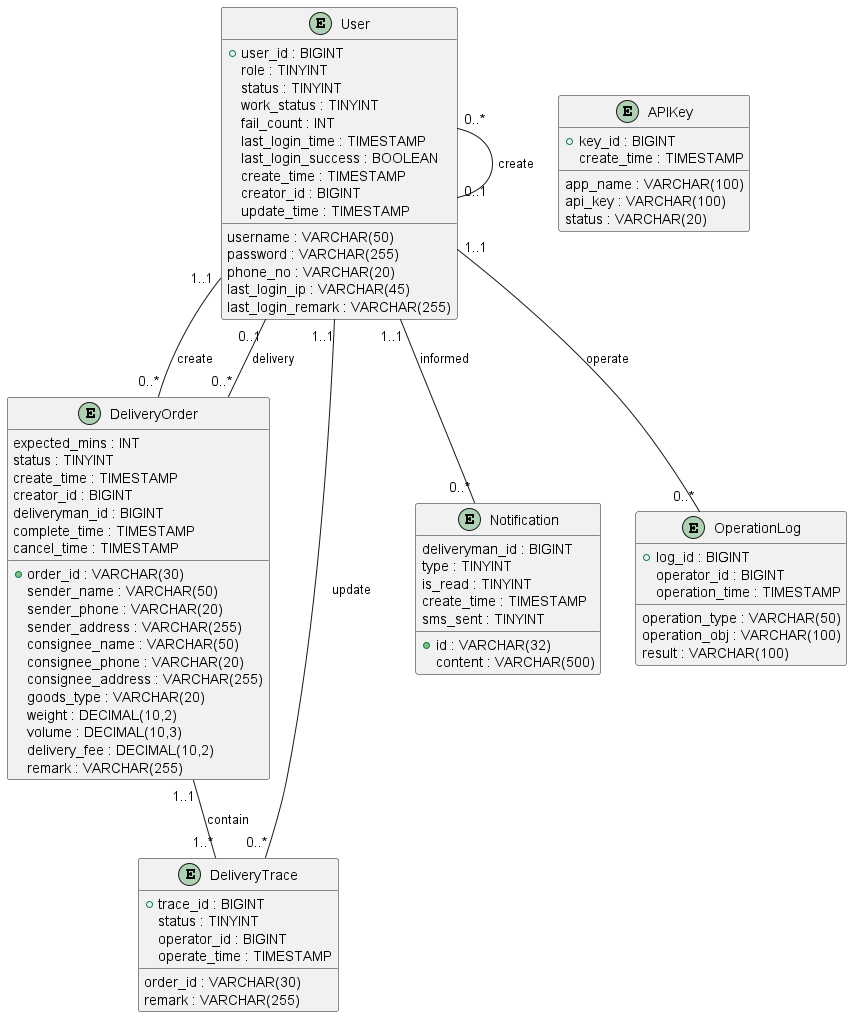
Before: docs/er图.png, a diagram exported from PlantUML (LHkeeper666/city-delivery-system). Its diagram source:
```plantuml
@startuml

entity "User" as user {
    +user_id : BIGINT
    username : VARCHAR(50)
    password : VARCHAR(255)
    role : TINYINT
    phone_no : VARCHAR(20)
    status : TINYINT
    work_status : TINYINT
    fail_count : INT
    last_login_time : TIMESTAMP
    last_login_ip : VARCHAR(45)
    last_login_success : BOOLEAN
    last_login_remark : VARCHAR(255)
    create_time : TIMESTAMP
    creator_id : BIGINT
    update_time : TIMESTAMP
}

entity "DeliveryOrder" as delivery_order {
    +order_id : VARCHAR(30)
    sender_name : VARCHAR(50)
    sender_phone : VARCHAR(20)
    sender_address : VARCHAR(255)
    consignee_name : VARCHAR(50)
    consignee_phone : VARCHAR(20)
    consignee_address : VARCHAR(255)
    goods_type : VARCHAR(20)
    weight : DECIMAL(10,2)
    volume : DECIMAL(10,3)
    delivery_fee : DECIMAL(10,2)
    expected_mins : INT
    remark : VARCHAR(255)
    status : TINYINT
    create_time : TIMESTAMP
    creator_id : BIGINT
    deliveryman_id : BIGINT
    complete_time : TIMESTAMP
    cancel_time : TIMESTAMP
}

entity "DeliveryTrace" as delivery_trace {
    +trace_id : BIGINT
    order_id : VARCHAR(30)
    status : TINYINT
    operator_id : BIGINT
    operate_time : TIMESTAMP
    remark : VARCHAR(255)
}

entity "Notification" as notification {
    +id : VARCHAR(32)
    deliveryman_id : BIGINT
    content : VARCHAR(500)
    type : TINYINT
    is_read : TINYINT
    create_time : TIMESTAMP
    sms_sent : TINYINT
}

entity "APIKey" as api_key {
    +key_id : BIGINT
    app_name : VARCHAR(100)
    api_key : VARCHAR(100)
    status : VARCHAR(20)
    create_time : TIMESTAMP
}

entity "OperationLog" as operation_log {
    +log_id : BIGINT
    operator_id : BIGINT
    operation_type : VARCHAR(50)
    operation_obj : VARCHAR(100)
    operation_time : TIMESTAMP
    result : VARCHAR(100)
}


user "1..1" -- "0..*" delivery_order : create
user "0..1" -- "0..*" delivery_order : delivery
delivery_order "1..1" -- "1..*" delivery_trace : contain
user "1..1" -- "0..*" delivery_trace : update
user "1..1" -- "0..*" notification : informed
user "0..*" -- "0..1" user : create
user "1..1" -- "0..*" operation_log : operate

@enduml
```
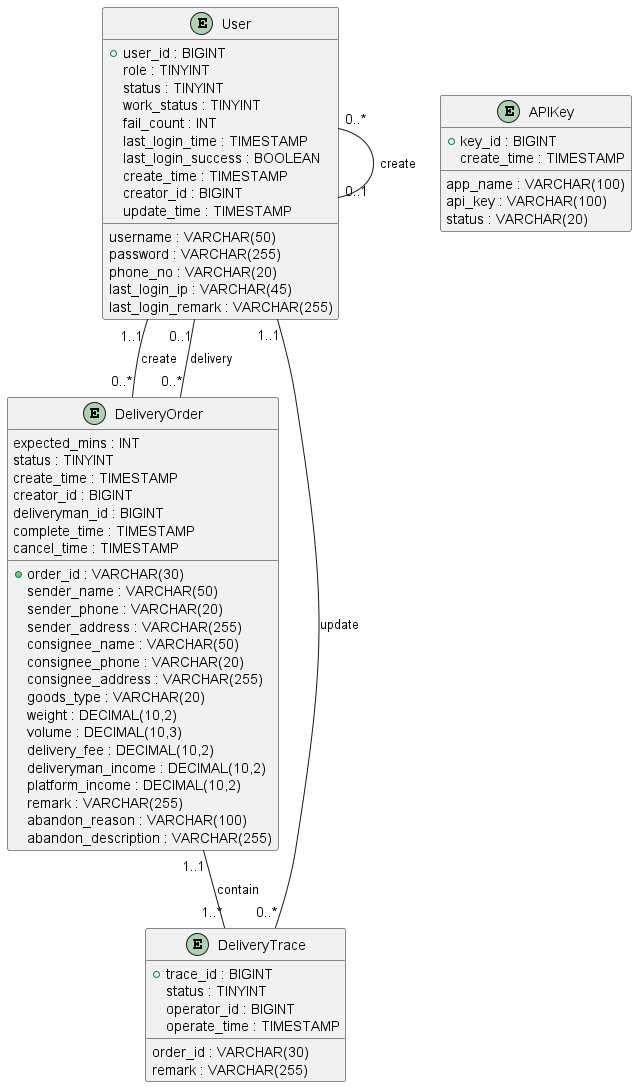
Above is the later version.

Commit message:
docs: 更新图表和相关的说明文档

Diff of the diagram source:
```diff
@@ -1,4 +1,4 @@
-@startuml
+@startuml er图
 
 entity "User" as user {
     +user_id : BIGINT
@@ -30,6 +30,8 @@
     weight : DECIMAL(10,2)
     volume : DECIMAL(10,3)
     delivery_fee : DECIMAL(10,2)
+    deliveryman_income : DECIMAL(10,2)
+    platform_income : DECIMAL(10,2)
     expected_mins : INT
     remark : VARCHAR(255)
     status : TINYINT
@@ -38,6 +40,8 @@
     deliveryman_id : BIGINT
     complete_time : TIMESTAMP
     cancel_time : TIMESTAMP
+    abandon_reason : VARCHAR(100)
+    abandon_description : VARCHAR(255)
 }
 
 entity "DeliveryTrace" as delivery_trace {
@@ -49,15 +53,6 @@
     remark : VARCHAR(255)
 }
 
-entity "Notification" as notification {
-    +id : VARCHAR(32)
-    deliveryman_id : BIGINT
-    content : VARCHAR(500)
-    type : TINYINT
-    is_read : TINYINT
-    create_time : TIMESTAMP
-    sms_sent : TINYINT
-}
 
 entity "APIKey" as api_key {
     +key_id : BIGINT
@@ -67,22 +62,12 @@
     create_time : TIMESTAMP
 }
 
-entity "OperationLog" as operation_log {
-    +log_id : BIGINT
-    operator_id : BIGINT
-    operation_type : VARCHAR(50)
-    operation_obj : VARCHAR(100)
-    operation_time : TIMESTAMP
-    result : VARCHAR(100)
-}
 
 
 user "1..1" -- "0..*" delivery_order : create
 user "0..1" -- "0..*" delivery_order : delivery
 delivery_order "1..1" -- "1..*" delivery_trace : contain
 user "1..1" -- "0..*" delivery_trace : update
-user "1..1" -- "0..*" notification : informed
 user "0..*" -- "0..1" user : create
-user "1..1" -- "0..*" operation_log : operate
 
 @enduml
```
